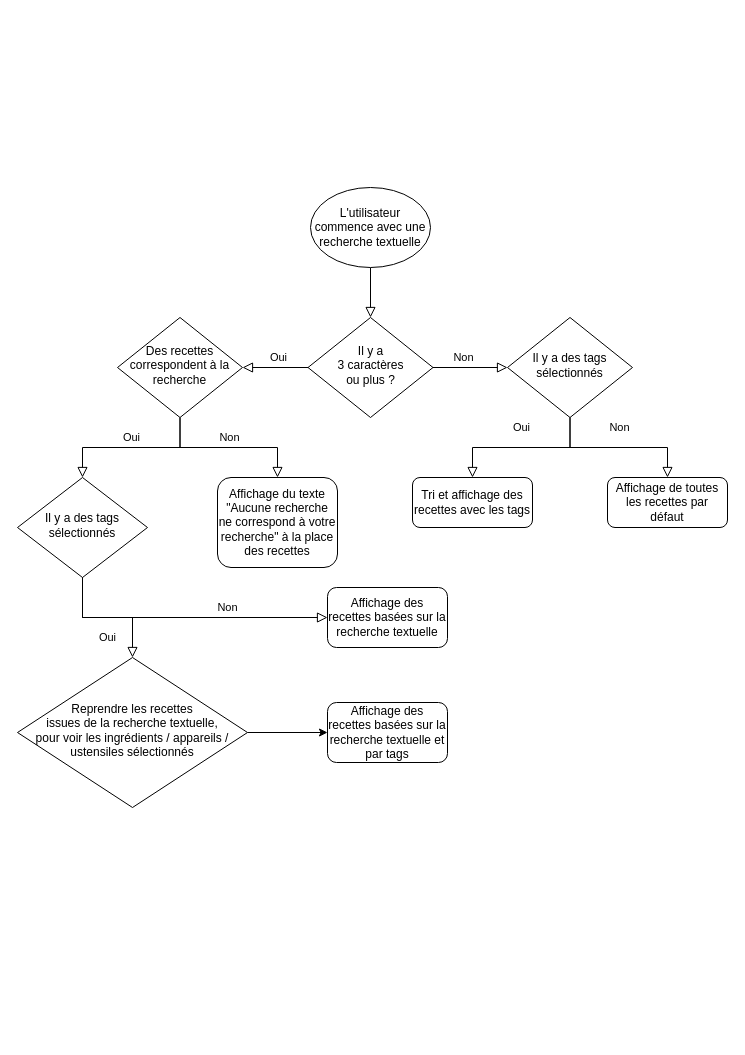
deborah-bude/DeborahBude_7_10062022 keeps this draw.io diagram as algorigramme.drawio. Above is the earlier version. Source tidied: cells renumbered, new cells numbered last; positions are measured from the earlier drawing's top-left corner, leaving out a move shared by most shapes. Both pictures are drawn from the tidied source at 100%, with x=0, y=0 at pixel (17, 187).
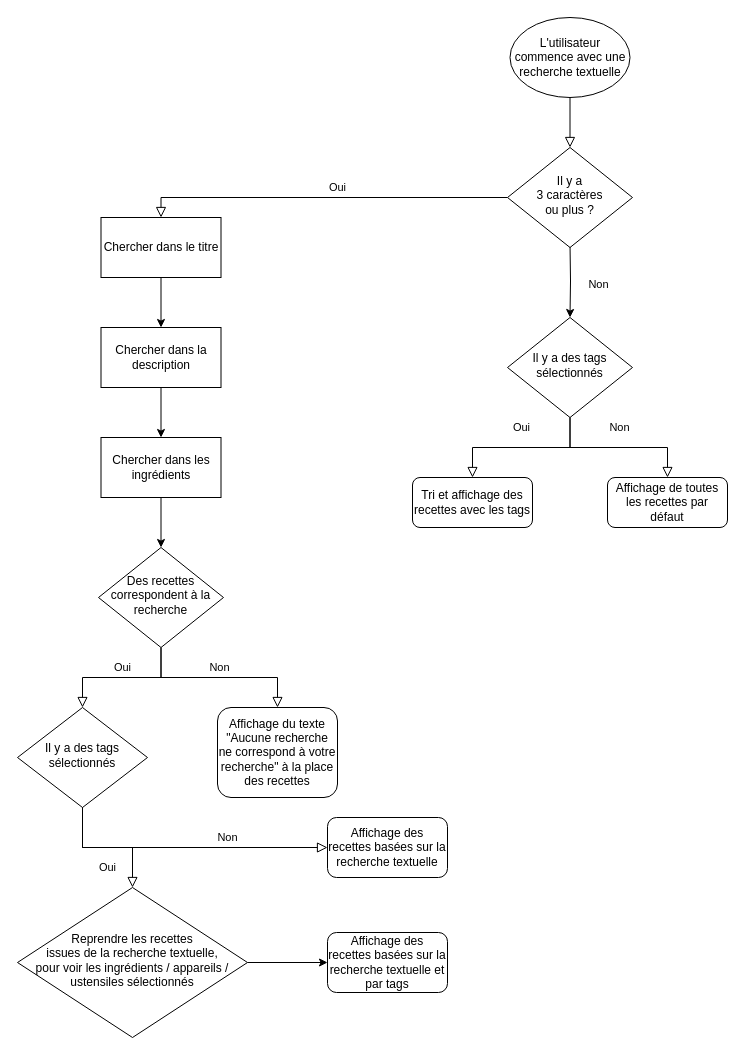
The same page after the edit.

The change refers to these unchanged cells:
```xml
<mxCell id="11" value="Il y a des tags sélectionnés" style="rhombus;whiteSpace=wrap;html=1;shadow=0;fontFamily=Helvetica;fontSize=12;align=center;strokeWidth=1;spacing=6;spacingTop=-4;" parent="1" vertex="1">
  <mxGeometry x="490" y="130" width="125" height="100" as="geometry" />
</mxCell>
```

Change to the diagram source:
```diff
@@
-    <mxCell id="3" value="Oui" style="rounded=0;html=1;jettySize=auto;fontSize=11;endArrow=block;endFill=0;endSize=8;strokeWidth=1;shadow=0;labelBackgroundColor=none;edgeStyle=orthogonalEdgeStyle;" parent="1" edge="1" source="5" target="9">
+    <mxCell id="3" value="Oui" style="rounded=0;html=1;jettySize=auto;fontSize=11;endArrow=block;endFill=0;endSize=8;strokeWidth=1;shadow=0;labelBackgroundColor=none;edgeStyle=orthogonalEdgeStyle;entryX=0.5;entryY=0;entryDx=0;entryDy=0;" parent="1" edge="1" source="5" target="24">
       <mxGeometry x="-0.07" y="-10" relative="1" as="geometry" />
     </mxCell>
-    <mxCell id="4" value="Non" style="edgeStyle=orthogonalEdgeStyle;rounded=0;html=1;jettySize=auto;fontSize=11;endArrow=block;endFill=0;endSize=8;strokeWidth=1;shadow=0;labelBackgroundColor=none;entryX=0;entryY=0.5;entryDx=0;entryDy=0;" parent="1" edge="1" source="5" target="11">
-      <mxGeometry x="-0.2" y="10" relative="1" as="geometry" />
+    <mxCell id="4" value="Non" style="edgeStyle=orthogonalEdgeStyle;rounded=0;jettySize=auto;html=1;entryX=0.5;entryY=0;entryDx=0;entryDy=0;" parent="1" edge="1" target="11">
+      <mxGeometry x="0.14" y="28" relative="1" as="geometry">
+        <mxPoint x="552.5" y="56" as="sourcePoint" />
+      </mxGeometry>
     </mxCell>
     <mxCell id="5" value="Il y a&lt;br&gt;3 caractères&lt;br&gt;ou plus ?" style="rhombus;whiteSpace=wrap;html=1;shadow=0;fontFamily=Helvetica;fontSize=12;align=center;strokeWidth=1;spacing=6;spacingTop=-4;" parent="1" vertex="1">
-      <mxGeometry x="290.5" y="130" width="125" height="100" as="geometry" />
+      <mxGeometry x="490" y="-40" width="125" height="100" as="geometry" />
     </mxCell>
@@
     <mxCell id="9" value="Des recettes correspondent à la recherche" style="rhombus;whiteSpace=wrap;html=1;shadow=0;fontFamily=Helvetica;fontSize=12;align=center;strokeWidth=1;spacing=6;spacingTop=-4;" parent="1" vertex="1">
-      <mxGeometry x="100" y="130" width="125" height="100" as="geometry" />
+      <mxGeometry x="81" y="360" width="125" height="100" as="geometry" />
     </mxCell>
     <mxCell id="10" value="Affichage du texte &quot;Aucune recherche ne correspond à votre recherche&quot; à la place des recettes" style="rounded=1;whiteSpace=wrap;html=1;fontSize=12;glass=0;strokeWidth=1;shadow=0;" parent="1" vertex="1">
-      <mxGeometry x="200" y="290" width="120" height="90" as="geometry" />
+      <mxGeometry x="200" y="520" width="120" height="90" as="geometry" />
     </mxCell>
@@
     <mxCell id="15" value="Il y a des tags sélectionnés" style="rhombus;whiteSpace=wrap;html=1;shadow=0;fontFamily=Helvetica;fontSize=12;align=center;strokeWidth=1;spacing=6;spacingTop=-4;" parent="1" vertex="1">
-      <mxGeometry y="290" width="130" height="100" as="geometry" />
+      <mxGeometry y="520" width="130" height="100" as="geometry" />
     </mxCell>
     <mxCell id="16" value="Affichage des recettes basées sur la recherche textuelle et par tags" style="rounded=1;whiteSpace=wrap;html=1;fontSize=12;glass=0;strokeWidth=1;shadow=0;" parent="1" vertex="1">
-      <mxGeometry x="310" y="515" width="120" height="60" as="geometry" />
+      <mxGeometry x="310" y="745" width="120" height="60" as="geometry" />
     </mxCell>
@@
     <mxCell id="20" value="Reprendre les recettes&lt;br&gt;issues de la recherche textuelle,&lt;br&gt;pour voir les ingrédients / appareils / ustensiles sélectionnés" style="rhombus;whiteSpace=wrap;html=1;shadow=0;fontFamily=Helvetica;fontSize=12;align=center;strokeWidth=1;spacing=6;spacingTop=-4;" parent="1" vertex="1">
-      <mxGeometry y="470" width="230" height="150" as="geometry" />
+      <mxGeometry y="700" width="230" height="150" as="geometry" />
     </mxCell>
     <mxCell id="21" value="Affichage des recettes basées sur la recherche textuelle" style="rounded=1;whiteSpace=wrap;html=1;fontSize=12;glass=0;strokeWidth=1;shadow=0;" parent="1" vertex="1">
-      <mxGeometry x="310" y="400" width="120" height="60" as="geometry" />
+      <mxGeometry x="310" y="630" width="120" height="60" as="geometry" />
     </mxCell>
     <mxCell id="22" value="L'utilisateur commence avec une recherche textuelle" style="ellipse;whiteSpace=wrap;html=1;" parent="1" vertex="1">
-      <mxGeometry x="293" width="120" height="80" as="geometry" />
+      <mxGeometry x="492.5" y="-170" width="120" height="80" as="geometry" />
     </mxCell>
+    <mxCell id="23" style="edgeStyle=orthogonalEdgeStyle;rounded=0;jettySize=auto;html=1;entryX=0.5;entryY=0;entryDx=0;entryDy=0;" parent="1" edge="1" source="24" target="26">
+      <mxGeometry relative="1" as="geometry" />
+    </mxCell>
+    <mxCell id="24" value="Chercher dans le titre" style="rounded=0;whiteSpace=wrap;html=1;" parent="1" vertex="1">
+      <mxGeometry x="83.5" y="30" width="120" height="60" as="geometry" />
+    </mxCell>
+    <mxCell id="25" style="edgeStyle=orthogonalEdgeStyle;rounded=0;jettySize=auto;html=1;entryX=0.5;entryY=0;entryDx=0;entryDy=0;" parent="1" edge="1" source="26" target="28">
+      <mxGeometry relative="1" as="geometry" />
+    </mxCell>
+    <mxCell id="26" value="Chercher dans la description" style="rounded=0;whiteSpace=wrap;html=1;" parent="1" vertex="1">
+      <mxGeometry x="83.5" y="140" width="120" height="60" as="geometry" />
+    </mxCell>
+    <mxCell id="27" style="edgeStyle=orthogonalEdgeStyle;rounded=0;jettySize=auto;html=1;entryX=0.5;entryY=0;entryDx=0;entryDy=0;" parent="1" edge="1" source="28" target="9">
+      <mxGeometry relative="1" as="geometry" />
+    </mxCell>
+    <mxCell id="28" value="Chercher dans les ingrédients" style="rounded=0;whiteSpace=wrap;html=1;" parent="1" vertex="1">
+      <mxGeometry x="83.5" y="250" width="120" height="60" as="geometry" />
+    </mxCell>
```
